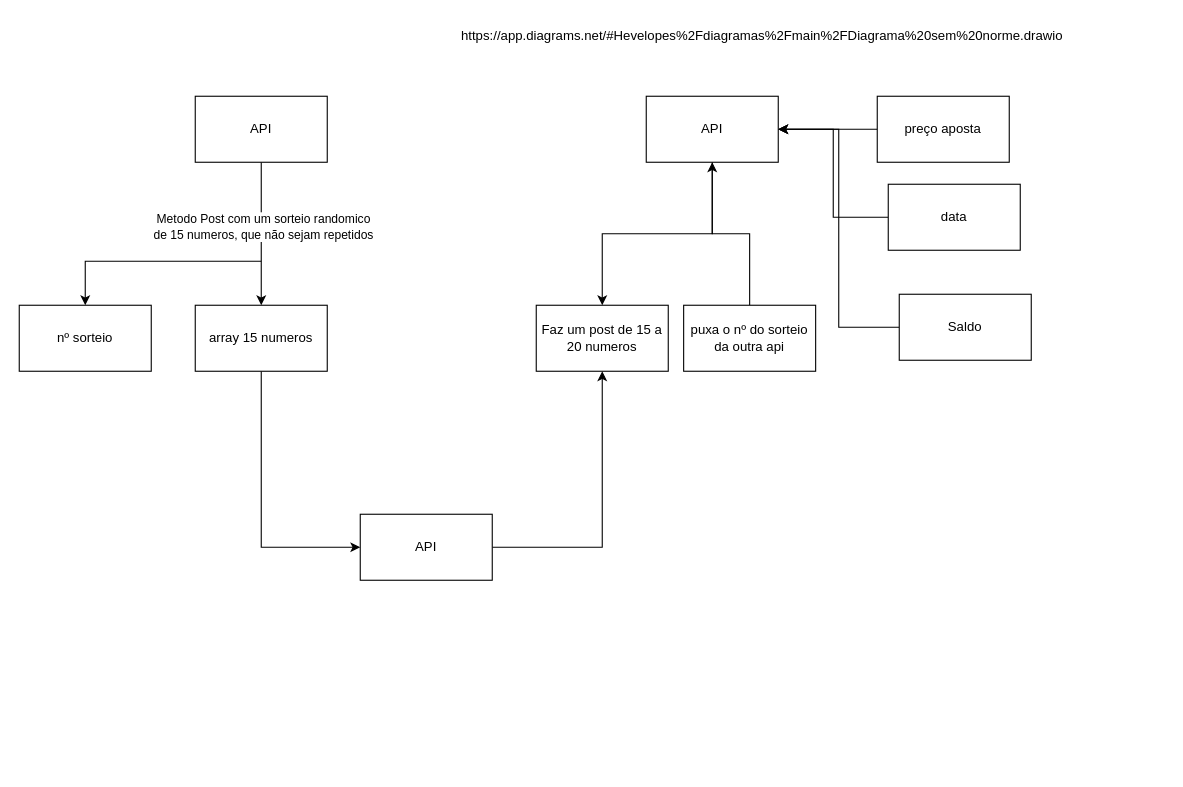
The draw.io diagram Diagrama sem norme.drawio in evelopes/diagramas, before the edit. Source tidied: cells renumbered, new cells numbered last; positions are measured from the earlier drawing's top-left corner, leaving out a move shared by most shapes. Both pictures are drawn from the tidied source at 110%, with x=0, y=0 at pixel (19, 19).
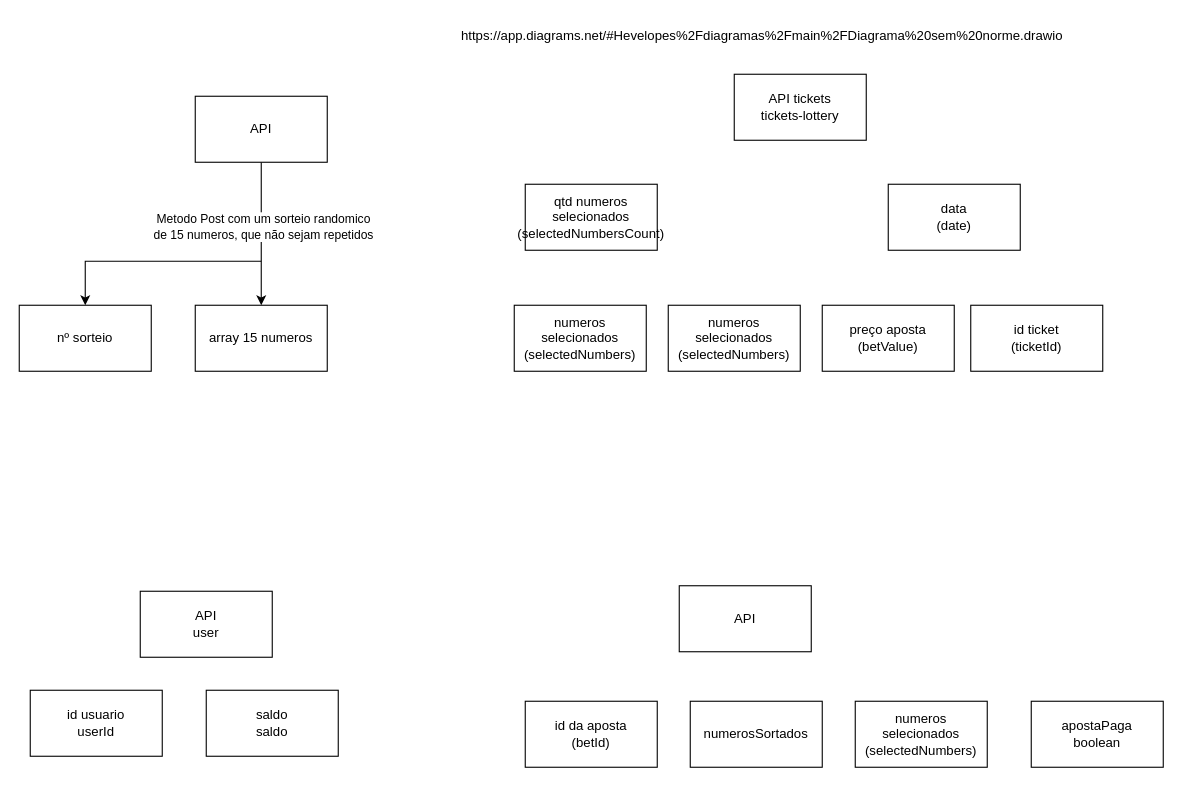
After the change.

Unchanged cells that the change refers to:
```xml
<mxCell id="6" value="array 15 numeros" style="rounded=0;whiteSpace=wrap;html=1;" parent="1" vertex="1">
  <mxGeometry x="160" y="260" width="120" height="60" as="geometry" />
</mxCell>
```

The edit, as a diff of the source:
```diff
@@
-    <mxCell id="5" style="edgeStyle=orthogonalEdgeStyle;rounded=0;jettySize=auto;html=1;entryX=0;entryY=0.5;entryDx=0;entryDy=0;" parent="1" edge="1" source="6" target="22">
-      <mxGeometry relative="1" as="geometry">
-        <Array as="points">
-          <mxPoint x="220" y="480" />
-        </Array>
-      </mxGeometry>
-    </mxCell>
@@
-    <mxCell id="9" style="edgeStyle=orthogonalEdgeStyle;rounded=0;jettySize=auto;html=1;entryX=0.5;entryY=0;entryDx=0;entryDy=0;" parent="1" edge="1" source="10" target="11">
-      <mxGeometry relative="1" as="geometry" />
-    </mxCell>
-    <mxCell id="10" value="API" style="rounded=0;whiteSpace=wrap;html=1;" parent="1" vertex="1">
-      <mxGeometry x="570" y="70" width="120" height="60" as="geometry" />
+    <mxCell id="10" value="API tickets&lt;br&gt;tickets-lottery" style="rounded=0;whiteSpace=wrap;html=1;" parent="1" vertex="1">
+      <mxGeometry x="650" y="50" width="120" height="60" as="geometry" />
     </mxCell>
-    <mxCell id="11" value="Faz um post de 15 a 20 numeros" style="rounded=0;whiteSpace=wrap;html=1;" parent="1" vertex="1">
-      <mxGeometry x="470" y="260" width="120" height="60" as="geometry" />
+    <mxCell id="11" value="numeros selecionados&lt;br&gt;(selectedNumbers)" style="rounded=0;whiteSpace=wrap;html=1;" parent="1" vertex="1">
+      <mxGeometry x="450" y="260" width="120" height="60" as="geometry" />
     </mxCell>
-    <mxCell id="12" style="edgeStyle=orthogonalEdgeStyle;rounded=0;jettySize=auto;html=1;" parent="1" edge="1" source="13" target="10">
-      <mxGeometry relative="1" as="geometry" />
-    </mxCell>
-    <mxCell id="13" value="puxa o nº do sorteio da outra api" style="rounded=0;whiteSpace=wrap;html=1;" parent="1" vertex="1">
-      <mxGeometry x="604" y="260" width="120" height="60" as="geometry" />
+    <mxCell id="13" value="id da aposta&lt;br&gt;(betId)" style="rounded=0;whiteSpace=wrap;html=1;" parent="1" vertex="1">
+      <mxGeometry x="460" y="620" width="120" height="60" as="geometry" />
     </mxCell>
-    <mxCell id="14" style="edgeStyle=orthogonalEdgeStyle;rounded=0;jettySize=auto;html=1;entryX=1;entryY=0.5;entryDx=0;entryDy=0;" parent="1" edge="1" source="15" target="10">
-      <mxGeometry relative="1" as="geometry" />
-    </mxCell>
-    <mxCell id="15" value="data" style="rounded=0;whiteSpace=wrap;html=1;" parent="1" vertex="1">
+    <mxCell id="15" value="data&lt;br&gt;(date)" style="rounded=0;whiteSpace=wrap;html=1;" parent="1" vertex="1">
       <mxGeometry x="790" y="150" width="120" height="60" as="geometry" />
     </mxCell>
-    <mxCell id="16" style="edgeStyle=orthogonalEdgeStyle;rounded=0;jettySize=auto;html=1;" parent="1" edge="1" source="17" target="10">
-      <mxGeometry relative="1" as="geometry" />
-    </mxCell>
-    <mxCell id="17" value="preço aposta" style="rounded=0;whiteSpace=wrap;html=1;" parent="1" vertex="1">
-      <mxGeometry x="780" y="70" width="120" height="60" as="geometry" />
+    <mxCell id="17" value="preço aposta&lt;br&gt;(betValue)" style="rounded=0;whiteSpace=wrap;html=1;" parent="1" vertex="1">
+      <mxGeometry x="730" y="260" width="120" height="60" as="geometry" />
     </mxCell>
-    <mxCell id="18" style="edgeStyle=orthogonalEdgeStyle;rounded=0;jettySize=auto;html=1;entryX=1;entryY=0.5;entryDx=0;entryDy=0;" parent="1" edge="1" source="19" target="10">
-      <mxGeometry relative="1" as="geometry" />
-    </mxCell>
-    <mxCell id="19" value="Saldo" style="rounded=0;whiteSpace=wrap;html=1;" parent="1" vertex="1">
-      <mxGeometry x="800" y="250" width="120" height="60" as="geometry" />
-    </mxCell>
@@
-    <mxCell id="21" style="edgeStyle=orthogonalEdgeStyle;rounded=0;jettySize=auto;html=1;entryX=0.5;entryY=1;entryDx=0;entryDy=0;" parent="1" edge="1" source="22" target="11">
-      <mxGeometry relative="1" as="geometry" />
-    </mxCell>
-    <mxCell id="22" value="API" style="rounded=0;whiteSpace=wrap;html=1;" parent="1" vertex="1">
-      <mxGeometry x="310" y="450" width="120" height="60" as="geometry" />
+    <mxCell id="22" value="API&lt;br&gt;user" style="rounded=0;whiteSpace=wrap;html=1;" parent="1" vertex="1">
+      <mxGeometry x="110" y="520" width="120" height="60" as="geometry" />
     </mxCell>
+    <mxCell id="23" value="id ticket&lt;br&gt;(ticketId)" style="rounded=0;whiteSpace=wrap;html=1;" parent="1" vertex="1">
+      <mxGeometry x="865" y="260" width="120" height="60" as="geometry" />
+    </mxCell>
+    <mxCell id="24" value="qtd numeros selecionados&lt;br&gt;(selectedNumbersCount)" style="rounded=0;whiteSpace=wrap;html=1;" parent="1" vertex="1">
+      <mxGeometry x="460" y="150" width="120" height="60" as="geometry" />
+    </mxCell>
+    <mxCell id="25" value="id usuario&lt;br&gt;userId" style="rounded=0;whiteSpace=wrap;html=1;" parent="1" vertex="1">
+      <mxGeometry x="10" y="610" width="120" height="60" as="geometry" />
+    </mxCell>
+    <mxCell id="26" value="saldo&lt;br&gt;saldo" style="rounded=0;whiteSpace=wrap;html=1;" parent="1" vertex="1">
+      <mxGeometry x="170" y="610" width="120" height="60" as="geometry" />
+    </mxCell>
+    <mxCell id="27" value="API" style="rounded=0;whiteSpace=wrap;html=1;" parent="1" vertex="1">
+      <mxGeometry x="600" y="515" width="120" height="60" as="geometry" />
+    </mxCell>
+    <mxCell id="28" value="numerosSortados" style="rounded=0;whiteSpace=wrap;html=1;" parent="1" vertex="1">
+      <mxGeometry x="610" y="620" width="120" height="60" as="geometry" />
+    </mxCell>
+    <mxCell id="29" value="numeros selecionados&lt;br&gt;(selectedNumbers)" style="rounded=0;whiteSpace=wrap;html=1;" parent="1" vertex="1">
+      <mxGeometry x="760" y="620" width="120" height="60" as="geometry" />
+    </mxCell>
+    <mxCell id="30" value="apostaPaga&lt;br&gt;boolean" style="rounded=0;whiteSpace=wrap;html=1;" parent="1" vertex="1">
+      <mxGeometry x="920" y="620" width="120" height="60" as="geometry" />
+    </mxCell>
+    <mxCell id="31" value="numeros selecionados&lt;br&gt;(selectedNumbers)" style="rounded=0;whiteSpace=wrap;html=1;" parent="1" vertex="1">
+      <mxGeometry x="590" y="260" width="120" height="60" as="geometry" />
+    </mxCell>
```
